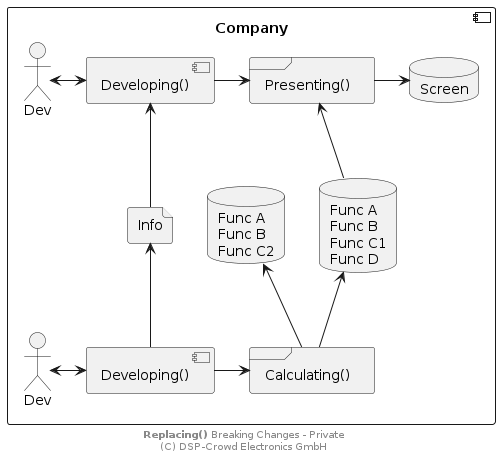
The PlantUML diagram doc/system/replacing/breaking_priv.png in NoOrientationProgramming/NopExamples, before a commit.
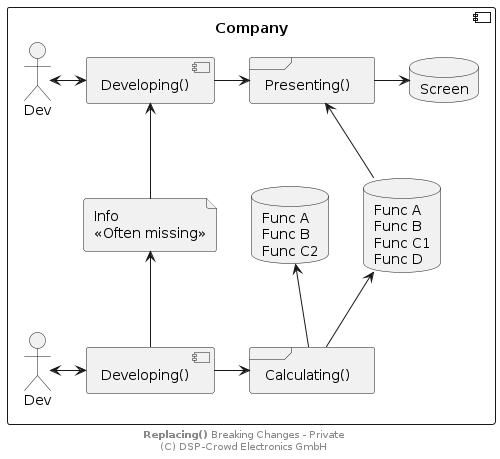
The same diagram one commit later.

The edit, as a diff of the source:
```diff
@@ -5,7 +5,7 @@
 database "Screen" as sScreen
 database "Func A\nFunc B\nFunc C2" as sFunc2
 database "Func A\nFunc B\nFunc C1\nFunc D" as sFunc1
-file "Info" as sInfo
+file "Info\n<<Often missing>>" as sInfo
 
 actor "Dev" as pAct1
 component "Developing()" as pDev1
```
